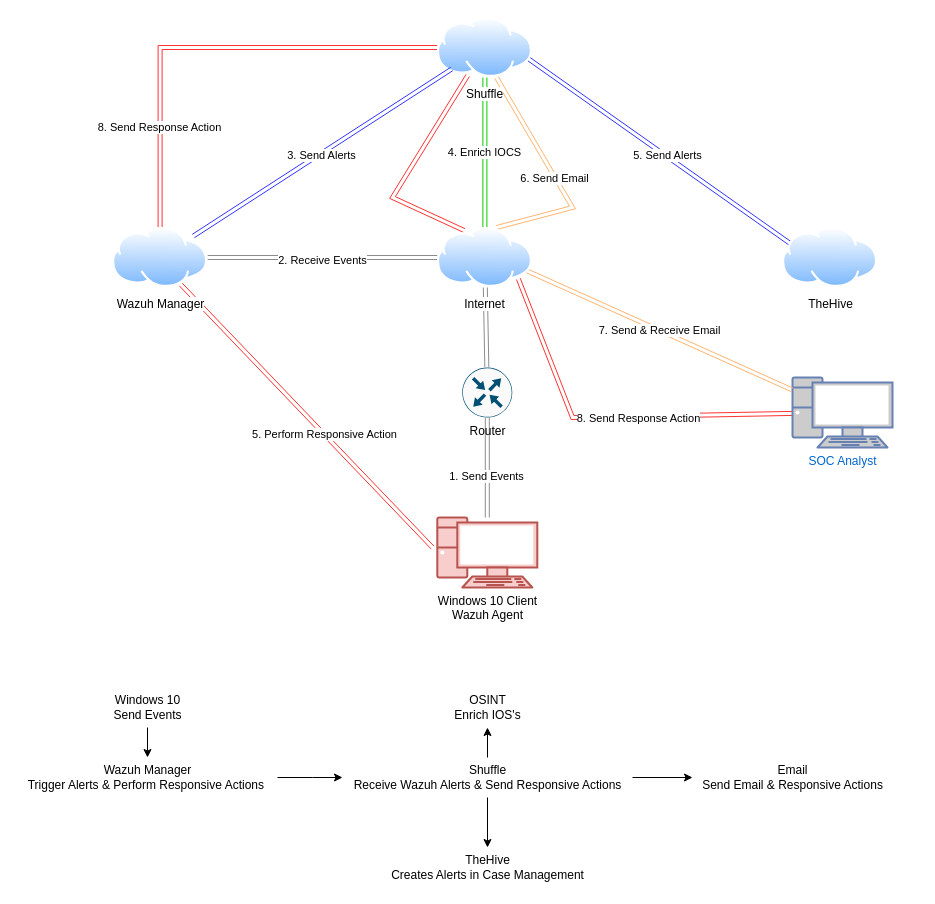
Earlier version of the draw.io diagram Wazuh to SOAR diagram.drawio (hilaryrobles/SOC-Automation-Lab). Source tidied: cells renumbered, new cells numbered last; positions are measured from the earlier drawing's top-left corner, leaving out a move shared by most shapes. Both pictures are drawn from the tidied source at 100%, with x=0, y=0 at pixel (17, 17).
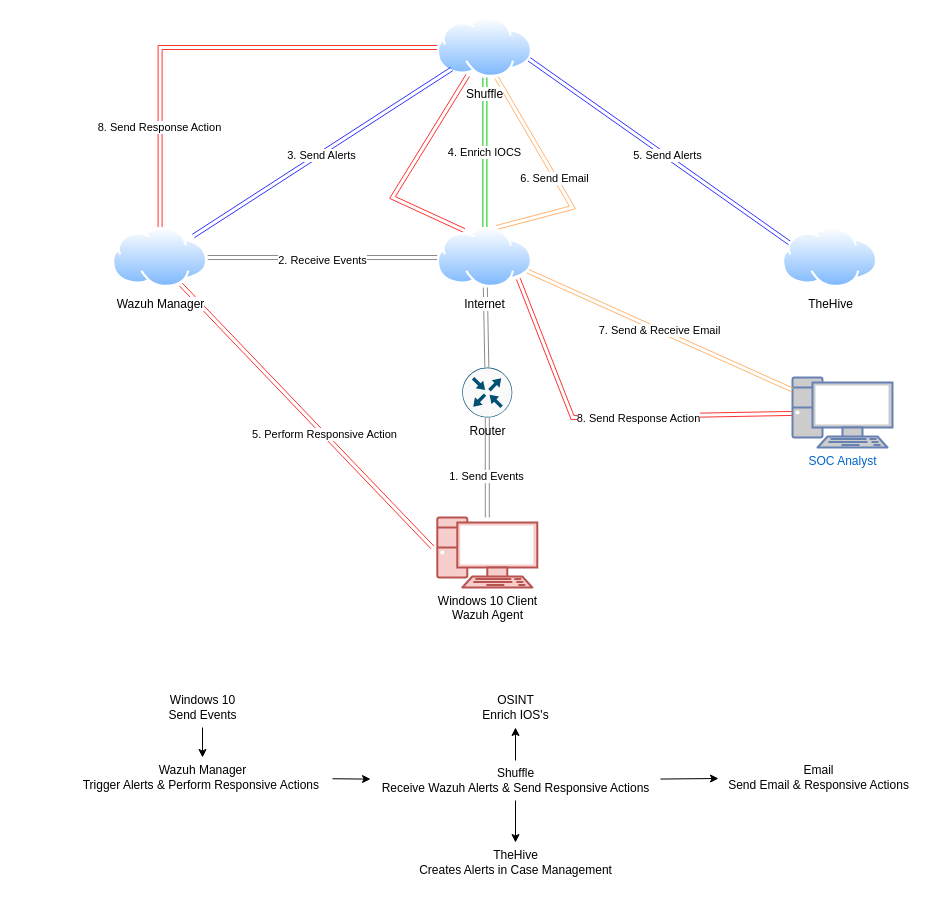
The same page after the edit.

Diff of the diagram source:
```diff
@@
     <mxCell id="30" value="Windows 10&lt;div&gt;Send Events&lt;/div&gt;" style="text;html=1;align=center;verticalAlign=middle;points=[];strokeColor=none;fillColor=none;" parent="1" vertex="1">
-      <mxGeometry x="85" y="670" width="90" height="40" as="geometry" />
+      <mxGeometry x="140" y="670" width="90" height="40" as="geometry" />
     </mxCell>
-    <mxCell id="31" style="edgeStyle=orthogonalEdgeStyle;rounded=0;jettySize=auto;html=1;" parent="1" edge="1" source="32" target="36">
-      <mxGeometry relative="1" as="geometry">
-        <Array as="points">
-          <mxPoint x="295" y="760" />
-          <mxPoint x="295" y="760" />
-        </Array>
-      </mxGeometry>
+    <mxCell id="31" style="rounded=0;jettySize=auto;html=1;" parent="1" edge="1" source="32" target="36">
+      <mxGeometry relative="1" as="geometry" />
     </mxCell>
     <mxCell id="32" value="Wazuh Manager&lt;div&gt;Trigger Alerts &amp;amp; Perform Responsive Actions&amp;nbsp;&lt;/div&gt;" style="text;html=1;align=center;verticalAlign=middle;points=[];strokeColor=none;fillColor=none;" parent="1" vertex="1">
-      <mxGeometry y="740" width="260" height="40" as="geometry" />
+      <mxGeometry x="55" y="740" width="260" height="40" as="geometry" />
     </mxCell>
-    <mxCell id="33" style="edgeStyle=orthogonalEdgeStyle;rounded=0;jettySize=auto;html=1;" parent="1" edge="1" source="36" target="39">
-      <mxGeometry relative="1" as="geometry" />
-    </mxCell>
@@
+    <mxCell id="33" style="rounded=0;jettySize=auto;html=1;" parent="1" edge="1" source="36" target="39">
+      <mxGeometry relative="1" as="geometry" />
+    </mxCell>
     <mxCell id="36" value="Shuffle&lt;div&gt;Receive Wazuh Alerts &amp;amp; Send Responsive Actions&lt;/div&gt;" style="text;html=1;align=center;verticalAlign=middle;points=[];strokeColor=none;fillColor=none;" parent="1" vertex="1">
-      <mxGeometry x="325" y="740" width="290" height="40" as="geometry" />
+      <mxGeometry x="353" y="743" width="290" height="40" as="geometry" />
     </mxCell>
     <mxCell id="37" value="OSINT&lt;br&gt;Enrich IOS's" style="text;html=1;align=center;verticalAlign=middle;points=[];strokeColor=none;fillColor=none;" parent="1" vertex="1">
-      <mxGeometry x="425" y="670" width="90" height="40" as="geometry" />
+      <mxGeometry x="453" y="670" width="90" height="40" as="geometry" />
     </mxCell>
     <mxCell id="38" value="TheHive&lt;div&gt;Creates Alerts in Case Management&lt;/div&gt;" style="text;html=1;align=center;verticalAlign=middle;points=[];strokeColor=none;fillColor=none;" parent="1" vertex="1">
-      <mxGeometry x="360" y="830" width="220" height="40" as="geometry" />
+      <mxGeometry x="388" y="825" width="220" height="40" as="geometry" />
     </mxCell>
     <mxCell id="39" value="Email&lt;div&gt;Send Email &amp;amp; Responsive Actions&lt;/div&gt;" style="text;html=1;align=center;verticalAlign=middle;points=[];strokeColor=none;fillColor=none;" parent="1" vertex="1">
-      <mxGeometry x="675" y="740" width="200" height="40" as="geometry" />
+      <mxGeometry x="701" y="740" width="200" height="40" as="geometry" />
     </mxCell>
```
